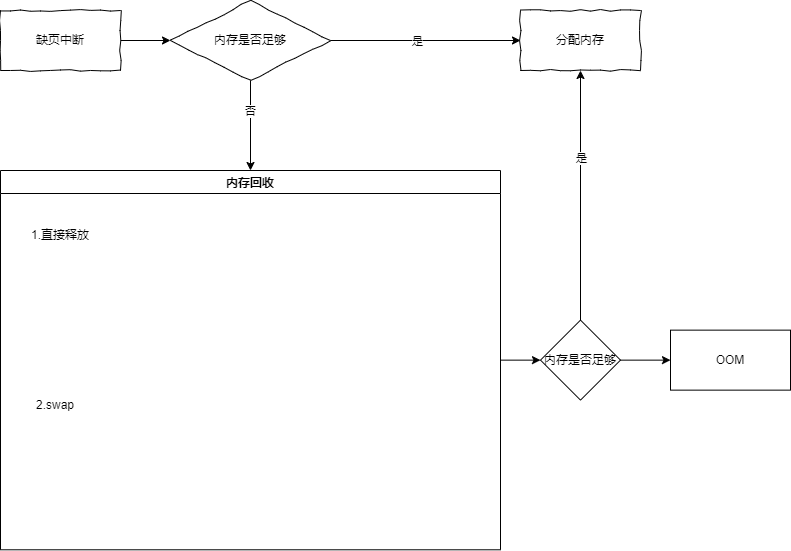
Above: CS/OS/内存管理/内存回收.drawio.png in sirius-zyj/Images (draw.io), before the change. Source tidied: cells renumbered, new cells last; positions are measured from the earlier drawing's top-left corner, leaving out a move shared by most shapes.
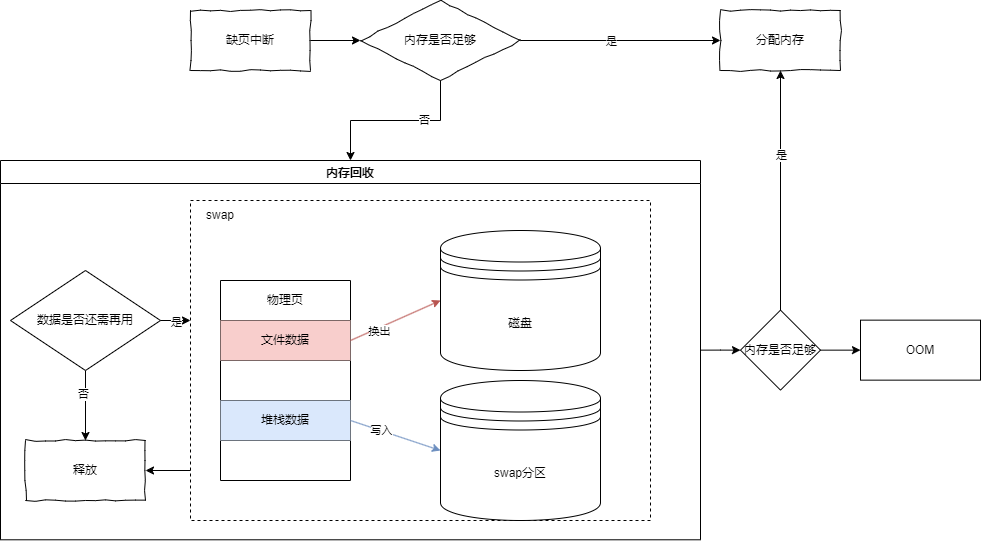
After the commit.

Commit message:
更新内存回收.drawio.png

The edit, as a diff of the source:
```diff
@@ -9,7 +9,7 @@
       <mxGeometry y="10" width="120" height="60" as="geometry" />
     </mxCell>
     <mxCell id="4" value="分配内存" style="rounded=0;whiteSpace=wrap;html=1;comic=1;" parent="1" vertex="1">
-      <mxGeometry x="520" y="10" width="120" height="60" as="geometry" />
+      <mxGeometry x="530" y="10" width="120" height="60" as="geometry" />
     </mxCell>
     <mxCell id="5" style="edgeStyle=orthogonalEdgeStyle;rounded=0;jettySize=auto;html=1;exitX=1;exitY=0.5;exitDx=0;exitDy=0;entryX=0;entryY=0.5;entryDx=0;entryDy=0;" parent="1" edge="1" source="9" target="4">
       <mxGeometry relative="1" as="geometry" />
@@ -30,14 +30,90 @@
       <mxGeometry relative="1" as="geometry" />
     </mxCell>
     <mxCell id="11" value="内存回收" style="swimlane;" parent="1" vertex="1">
-      <mxGeometry y="170" width="500" height="379.3" as="geometry" />
+      <mxGeometry x="-190" y="160" width="700" height="379.3" as="geometry" />
     </mxCell>
-    <mxCell id="12" value="2.swap" style="text;html=1;align=center;verticalAlign=middle;whiteSpace=wrap;rounded=0;" parent="11" vertex="1">
-      <mxGeometry x="10" y="220" width="90" height="30" as="geometry" />
-    </mxCell>
-    <mxCell id="13" value="1.直接释放" style="text;html=1;align=center;verticalAlign=middle;whiteSpace=wrap;rounded=0;" parent="11" vertex="1">
-      <mxGeometry x="10" y="50" width="100" height="30" as="geometry" />
-    </mxCell>
+    <mxCell id="19" style="rounded=0;whiteSpace=wrap;html=1;dashed=1;" parent="11" vertex="1">
+      <mxGeometry x="190" y="40" width="460" height="320" as="geometry" />
+    </mxCell>
+    <mxCell id="20" value="磁盘" style="shape=datastore;whiteSpace=wrap;html=1;" parent="11" vertex="1">
+      <mxGeometry x="440" y="70" width="160" height="140" as="geometry" />
+    </mxCell>
+    <mxCell id="21" value="swap分区" style="shape=datastore;whiteSpace=wrap;html=1;" parent="11" vertex="1">
+      <mxGeometry x="440" y="220" width="160" height="140" as="geometry" />
+    </mxCell>
+    <mxCell id="22" style="shape=table;startSize=0;" parent="11" vertex="1">
+      <mxGeometry x="220" y="120" width="130" height="200" as="geometry" />
+    </mxCell>
+    <mxCell id="23" style="shape=tableRow;horizontal=0;startSize=0;swimlaneHead=0;swimlaneBody=0;strokeColor=inherit;top=0;left=0;bottom=0;right=0;fillColor=none;" parent="22" vertex="1">
+      <mxGeometry width="130" height="40" as="geometry" />
+    </mxCell>
+    <mxCell id="24" value="物理页" style="shape=partialRectangle;html=1;whiteSpace=wrap;strokeColor=inherit;overflow=hidden;fillColor=none;top=0;left=0;bottom=0;right=0;" parent="23" vertex="1">
+      <mxGeometry width="130" height="40" as="geometry" />
+    </mxCell>
+    <mxCell id="25" style="shape=tableRow;horizontal=0;startSize=0;swimlaneHead=0;swimlaneBody=0;strokeColor=inherit;top=0;left=0;bottom=0;right=0;fillColor=none;points=[[0,0.5],[1,0.5]];portConstraint=eastwest;" parent="22" vertex="1">
+      <mxGeometry y="40" width="130" height="40" as="geometry" />
+    </mxCell>
+    <mxCell id="26" value="文件数据" style="shape=partialRectangle;html=1;whiteSpace=wrap;strokeColor=#b85450;overflow=hidden;fillColor=#f8cecc;top=0;left=0;bottom=0;right=0;" parent="25" vertex="1">
+      <mxGeometry width="130" height="40" as="geometry" />
+    </mxCell>
+    <mxCell id="27" style="shape=tableRow;horizontal=0;startSize=0;swimlaneHead=0;swimlaneBody=0;strokeColor=inherit;top=0;left=0;bottom=0;right=0;fillColor=none;" parent="22" vertex="1">
+      <mxGeometry y="80" width="130" height="40" as="geometry" />
+    </mxCell>
+    <mxCell id="28" style="shape=partialRectangle;html=1;whiteSpace=wrap;strokeColor=inherit;overflow=hidden;fillColor=none;top=0;left=0;bottom=0;right=0;" parent="27" vertex="1">
+      <mxGeometry width="130" height="40" as="geometry" />
+    </mxCell>
+    <mxCell id="29" style="shape=tableRow;horizontal=0;startSize=0;swimlaneHead=0;swimlaneBody=0;strokeColor=#6c8ebf;top=0;left=0;bottom=0;right=0;fillColor=#dae8fc;points=[[0,0.5],[1,0.5]];portConstraint=eastwest;" parent="22" vertex="1">
+      <mxGeometry y="120" width="130" height="40" as="geometry" />
+    </mxCell>
+    <mxCell id="30" value="堆栈数据" style="shape=partialRectangle;html=1;whiteSpace=wrap;strokeColor=inherit;overflow=hidden;fillColor=none;top=0;left=0;bottom=0;right=0;" parent="29" vertex="1">
+      <mxGeometry width="130" height="40" as="geometry" />
+    </mxCell>
+    <mxCell id="31" style="shape=tableRow;horizontal=0;startSize=0;swimlaneHead=0;swimlaneBody=0;strokeColor=inherit;top=0;left=0;bottom=0;right=0;fillColor=none;" parent="22" vertex="1">
+      <mxGeometry y="160" width="130" height="40" as="geometry" />
+    </mxCell>
+    <mxCell id="32" style="shape=partialRectangle;html=1;whiteSpace=wrap;strokeColor=inherit;overflow=hidden;fillColor=none;top=0;left=0;bottom=0;right=0;" parent="31" vertex="1">
+      <mxGeometry width="130" height="40" as="geometry" />
+    </mxCell>
+    <mxCell id="33" style="endArrow=classic;html=1;rounded=0;exitX=1;exitY=0.5;exitDx=0;exitDy=0;entryX=0;entryY=0.5;entryDx=0;entryDy=0;fillColor=#f8cecc;strokeColor=#b85450;" parent="11" edge="1" source="25" target="20">
+      <mxGeometry relative="1" as="geometry" />
+    </mxCell>
+    <mxCell id="34" value="换出" style="edgeLabel;html=1;align=center;verticalAlign=middle;" parent="33" vertex="1">
+      <mxGeometry x="-0.39" y="-3" relative="1" as="geometry" />
+    </mxCell>
+    <mxCell id="35" style="endArrow=classic;html=1;rounded=0;exitX=1;exitY=0.5;exitDx=0;exitDy=0;entryX=0;entryY=0.5;entryDx=0;entryDy=0;fillColor=#dae8fc;strokeColor=#6c8ebf;" parent="11" edge="1" source="29" target="21">
+      <mxGeometry relative="1" as="geometry" />
+    </mxCell>
+    <mxCell id="36" value="写入" style="edgeLabel;html=1;align=center;verticalAlign=middle;" parent="35" vertex="1">
+      <mxGeometry x="-0.46" y="1" relative="1" as="geometry">
+        <mxPoint x="6" y="3" as="offset" />
+      </mxGeometry>
+    </mxCell>
+    <mxCell id="37" style="edgeStyle=orthogonalEdgeStyle;rounded=0;jettySize=auto;html=1;exitX=0.5;exitY=1;exitDx=0;exitDy=0;entryX=0.5;entryY=0;entryDx=0;entryDy=0;" parent="11" edge="1" source="39" target="40">
+      <mxGeometry relative="1" as="geometry" />
+    </mxCell>
+    <mxCell id="38" value="否" style="edgeLabel;html=1;align=center;verticalAlign=middle;" parent="37" vertex="1">
+      <mxGeometry x="-0.34" y="-3" relative="1" as="geometry" />
+    </mxCell>
+    <mxCell id="39" value="数据是否还需再用" style="rhombus;whiteSpace=wrap;html=1;" parent="11" vertex="1">
+      <mxGeometry x="10" y="110" width="150" height="100" as="geometry" />
+    </mxCell>
+    <mxCell id="40" value="释放" style="rounded=0;whiteSpace=wrap;html=1;comic=1;" parent="11" vertex="1">
+      <mxGeometry x="25" y="280" width="120" height="60" as="geometry" />
+    </mxCell>
+    <mxCell id="41" value="swap" style="text;html=1;align=center;verticalAlign=middle;whiteSpace=wrap;rounded=0;" parent="11" vertex="1">
+      <mxGeometry x="190" y="40" width="60" height="30" as="geometry" />
+    </mxCell>
+    <mxCell id="42" style="edgeStyle=orthogonalEdgeStyle;rounded=0;jettySize=auto;html=1;exitX=1;exitY=0.5;exitDx=0;exitDy=0;entryX=0;entryY=0.372;entryDx=0;entryDy=0;entryPerimeter=0;" parent="11" edge="1" source="39" target="19">
+      <mxGeometry relative="1" as="geometry" />
+    </mxCell>
+    <mxCell id="43" value="是" style="edgeLabel;html=1;align=center;verticalAlign=middle;" parent="42" vertex="1">
+      <mxGeometry x="-0.03" y="-1" relative="1" as="geometry" />
+    </mxCell>
+    <mxCell id="44" style="endArrow=classic;html=1;rounded=0;entryX=1;entryY=0.5;entryDx=0;entryDy=0;" parent="11" edge="1" target="40">
+      <mxGeometry relative="1" as="geometry">
+        <mxPoint x="190" y="310" as="sourcePoint" />
+      </mxGeometry>
+    </mxCell>
     <mxCell id="14" style="edgeStyle=orthogonalEdgeStyle;rounded=0;jettySize=auto;html=1;exitX=0.5;exitY=0;exitDx=0;exitDy=0;entryX=0.5;entryY=1;entryDx=0;entryDy=0;" parent="1" edge="1" source="17" target="4">
       <mxGeometry relative="1" as="geometry" />
     </mxCell>
@@ -48,10 +124,10 @@
       <mxGeometry relative="1" as="geometry" />
     </mxCell>
     <mxCell id="17" value="内存是否足够" style="rhombus;whiteSpace=wrap;html=1;" parent="1" vertex="1">
-      <mxGeometry x="540" y="319.6" width="80" height="80" as="geometry" />
+      <mxGeometry x="550" y="309.6" width="80" height="80" as="geometry" />
     </mxCell>
     <mxCell id="18" value="OOM" style="rounded=0;whiteSpace=wrap;html=1;" parent="1" vertex="1">
-      <mxGeometry x="670" y="329.6" width="120" height="60" as="geometry" />
+      <mxGeometry x="670" y="319.6" width="120" height="60" as="geometry" />
     </mxCell>
   </root>
 </mxGraphModel>
```
